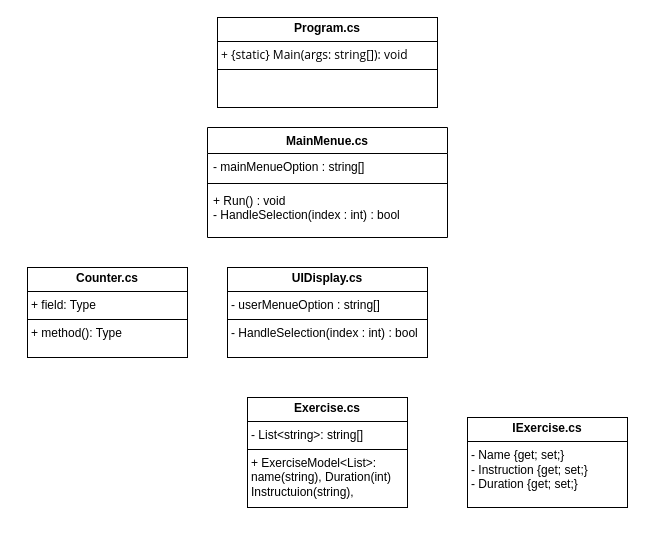
Earlier version of the draw.io diagram Stretching_UML.drawio (Linaslala/Stretching). Source tidied: cells renumbered, new cells numbered last; positions are measured from the earlier drawing's top-left corner, leaving out a move shared by most shapes. Both pictures are drawn from the tidied source at 100%, with x=0, y=0 at pixel (27, 17).
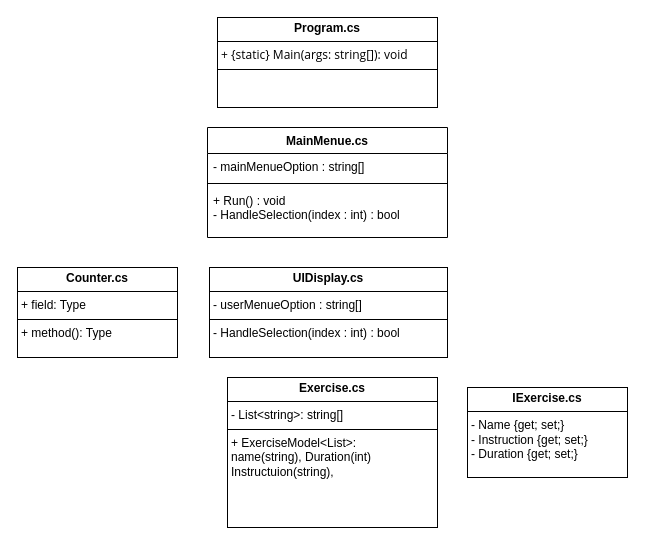
The same page after the edit.

The edit, as a diff of the source:
```diff
@@
 <mxGraphModel>
   <root>
     <mxCell id="0" />
     <mxCell id="1" parent="0" />
-    <mxCell id="2" value="&lt;p style=&quot;margin:0px;margin-top:4px;text-align:center;&quot;&gt;&lt;b&gt;Exercise.cs&lt;/b&gt;&lt;/p&gt;&lt;hr size=&quot;1&quot; style=&quot;border-style:solid;&quot;&gt;&lt;p style=&quot;margin:0px;margin-left:4px;&quot;&gt;- List&amp;lt;string&amp;gt;: string[]&lt;/p&gt;&lt;hr size=&quot;1&quot; style=&quot;border-style:solid;&quot;&gt;&lt;p style=&quot;margin:0px;margin-left:4px;&quot;&gt;+ ExerciseModel&amp;lt;List&amp;gt;: name(string), Duration(int)&lt;/p&gt;&lt;p style=&quot;margin:0px;margin-left:4px;&quot;&gt;Instructuion(string),&lt;/p&gt;" style="verticalAlign=top;align=left;overflow=fill;html=1;whiteSpace=wrap;" parent="1" vertex="1">
-      <mxGeometry x="220" y="380" width="160" height="110" as="geometry" />
+    <mxCell id="2" value="&lt;p style=&quot;margin:0px;margin-top:4px;text-align:center;&quot;&gt;&lt;b&gt;Exercise.cs&lt;/b&gt;&lt;/p&gt;&lt;hr size=&quot;1&quot; style=&quot;border-style:solid;&quot;&gt;&lt;p style=&quot;margin:0px;margin-left:4px;&quot;&gt;- List&amp;lt;string&amp;gt;: string[]&lt;/p&gt;&lt;hr size=&quot;1&quot; style=&quot;border-style:solid;&quot;&gt;&lt;p style=&quot;margin:0px;margin-left:4px;&quot;&gt;+ ExerciseModel&amp;lt;List&amp;gt;:&amp;nbsp;&lt;/p&gt;&lt;p style=&quot;margin:0px;margin-left:4px;&quot;&gt;name(string), Duration(int)&lt;/p&gt;&lt;p style=&quot;margin:0px;margin-left:4px;&quot;&gt;Instructuion(string),&lt;/p&gt;" style="verticalAlign=top;align=left;overflow=fill;html=1;whiteSpace=wrap;" parent="1" vertex="1">
+      <mxGeometry x="200" y="360" width="210" height="150" as="geometry" />
     </mxCell>
     <mxCell id="3" value="&lt;p style=&quot;margin:0px;margin-top:4px;text-align:center;&quot;&gt;&lt;b&gt;Counter.cs&lt;/b&gt;&lt;/p&gt;&lt;hr size=&quot;1&quot; style=&quot;border-style:solid;&quot;&gt;&lt;p style=&quot;margin:0px;margin-left:4px;&quot;&gt;+ field: Type&lt;/p&gt;&lt;hr size=&quot;1&quot; style=&quot;border-style:solid;&quot;&gt;&lt;p style=&quot;margin:0px;margin-left:4px;&quot;&gt;+ method(): Type&lt;/p&gt;" style="verticalAlign=top;align=left;overflow=fill;html=1;whiteSpace=wrap;" parent="1" vertex="1">
-      <mxGeometry y="250" width="160" height="90" as="geometry" />
+      <mxGeometry x="-10" y="250" width="160" height="90" as="geometry" />
     </mxCell>
     <mxCell id="4" value="&lt;p style=&quot;margin:0px;margin-top:4px;text-align:center;&quot;&gt;&lt;b&gt;Program.cs&lt;/b&gt;&lt;/p&gt;&lt;hr size=&quot;1&quot; style=&quot;border-style:solid;&quot;&gt;&lt;p style=&quot;margin:0px;margin-left:4px;&quot;&gt;&lt;span style=&quot;font-family: &amp;quot;Segoe UI&amp;quot;;&quot;&gt;+ {static} Main(args: string[]): void&lt;/span&gt;&lt;/p&gt;&lt;hr size=&quot;1&quot; style=&quot;border-style:solid;&quot;&gt;&lt;p style=&quot;margin:0px;margin-left:4px;&quot;&gt;&lt;br&gt;&lt;/p&gt;" style="verticalAlign=top;align=left;overflow=fill;html=1;whiteSpace=wrap;" parent="1" vertex="1">
       <mxGeometry x="190" width="220" height="90" as="geometry" />
     </mxCell>
     <mxCell id="5" value="MainMenue.cs" style="swimlane;fontStyle=1;align=center;verticalAlign=top;horizontal=1;startSize=26;whiteSpace=wrap;html=1;" parent="1" vertex="1">
       <mxGeometry x="180" y="110" width="240" height="110" as="geometry" />
     </mxCell>
     <mxCell id="6" value="- mainMenueOption : string[]" style="text;strokeColor=none;fillColor=none;align=left;verticalAlign=top;spacingLeft=4;spacingRight=4;overflow=hidden;whiteSpace=wrap;html=1;" parent="5" vertex="1">
       <mxGeometry y="26" width="240" height="26" as="geometry" />
     </mxCell>
     <mxCell id="7" style="line;strokeWidth=1;fillColor=none;align=left;verticalAlign=middle;spacingTop=-1;spacingLeft=3;spacingRight=3;labelPosition=right;strokeColor=inherit;" parent="5" vertex="1">
       <mxGeometry y="52" width="240" height="8" as="geometry" />
     </mxCell>
     <mxCell id="8" value="+ Run() : void&lt;div&gt;&lt;span style=&quot;background-color: transparent; color: light-dark(rgb(0, 0, 0), rgb(255, 255, 255));&quot;&gt;- HandleSelection(index : int) : bool&lt;/span&gt;&lt;/div&gt;" style="text;strokeColor=none;fillColor=none;align=left;verticalAlign=top;spacingLeft=4;spacingRight=4;overflow=hidden;whiteSpace=wrap;html=1;" parent="5" vertex="1">
       <mxGeometry y="60" width="240" height="50" as="geometry" />
     </mxCell>
     <mxCell id="9" value="&lt;p style=&quot;margin:0px;margin-top:4px;text-align:center;&quot;&gt;&lt;b&gt;IExercise.cs&lt;/b&gt;&lt;/p&gt;&lt;hr size=&quot;1&quot; style=&quot;border-style:solid;&quot;&gt;&lt;p style=&quot;margin:0px;margin-left:4px;&quot;&gt;- Name {get; set;}&lt;/p&gt;&lt;p style=&quot;margin:0px;margin-left:4px;&quot;&gt;- Instruction&amp;nbsp;&lt;span style=&quot;background-color: transparent; color: light-dark(rgb(0, 0, 0), rgb(255, 255, 255));&quot;&gt;{get; set;}&lt;/span&gt;&lt;/p&gt;&lt;p style=&quot;margin:0px;margin-left:4px;&quot;&gt;- Duration&amp;nbsp;&lt;span style=&quot;background-color: transparent; color: light-dark(rgb(0, 0, 0), rgb(255, 255, 255));&quot;&gt;{get; set;}&lt;/span&gt;&lt;/p&gt;&lt;p style=&quot;margin:0px;margin-left:4px;&quot;&gt;&lt;br&gt;&lt;/p&gt;" style="verticalAlign=top;align=left;overflow=fill;html=1;whiteSpace=wrap;" parent="1" vertex="1">
-      <mxGeometry x="440" y="400" width="160" height="90" as="geometry" />
+      <mxGeometry x="440" y="370" width="160" height="90" as="geometry" />
     </mxCell>
     <mxCell id="10" value="&lt;p style=&quot;margin:0px;margin-top:4px;text-align:center;&quot;&gt;&lt;b&gt;UIDisplay.cs&lt;/b&gt;&lt;/p&gt;&lt;hr size=&quot;1&quot; style=&quot;border-style:solid;&quot;&gt;&lt;p style=&quot;margin:0px;margin-left:4px;&quot;&gt;- userMenueOption : string[]&lt;/p&gt;&lt;hr size=&quot;1&quot; style=&quot;border-style:solid;&quot;&gt;&lt;p style=&quot;margin:0px;margin-left:4px;&quot;&gt;- HandleSelection(index : int) : bool&lt;/p&gt;" style="verticalAlign=top;align=left;overflow=fill;html=1;whiteSpace=wrap;" parent="1" vertex="1">
-      <mxGeometry x="200" y="250" width="200" height="90" as="geometry" />
+      <mxGeometry x="182" y="250" width="238" height="90" as="geometry" />
     </mxCell>
   </root>
 </mxGraphModel>
```
